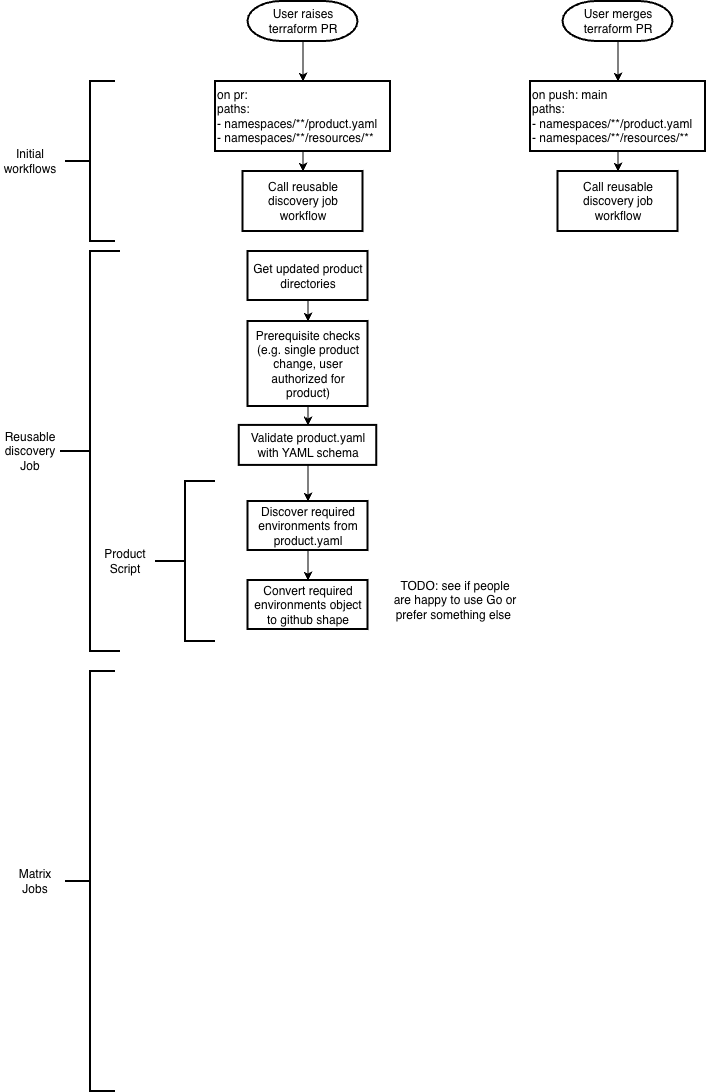
Above: job-matrix.drawio.png in ministryofjustice/container-platform-environments (draw.io), before the change. Source tidied: cells renumbered, new cells last; positions are measured from the earlier drawing's top-left corner, leaving out a move shared by most shapes.
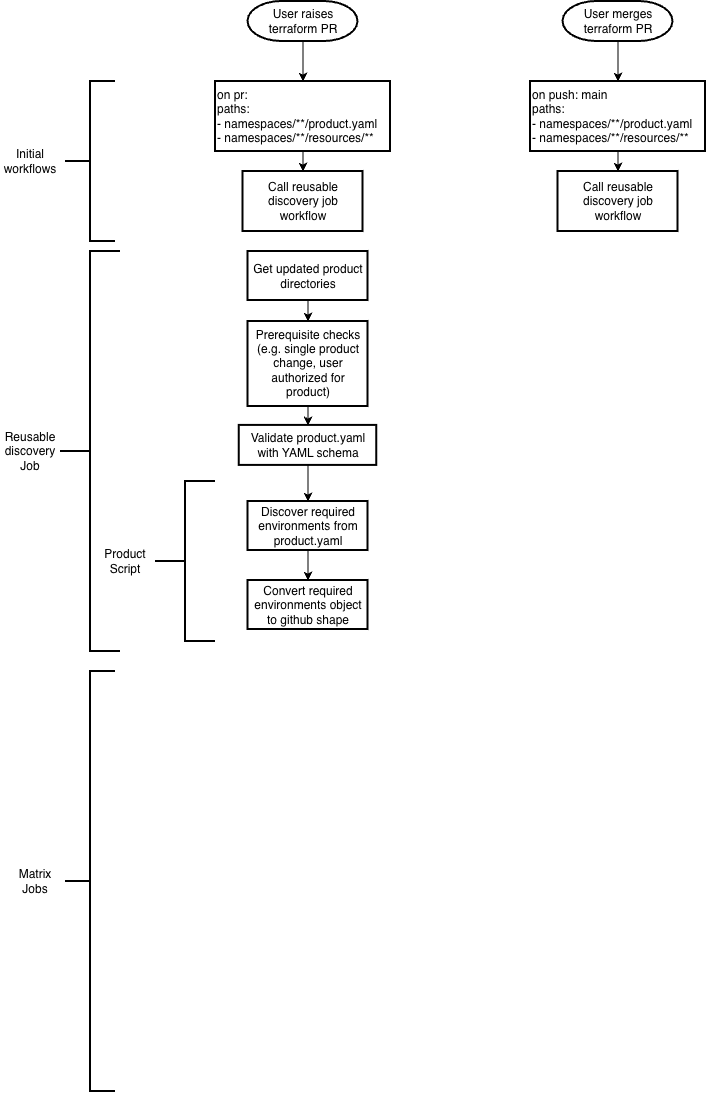
After the commit.

Diff of the diagram source:
```diff
@@ -89,8 +89,5 @@
     <mxCell id="30" value="Prerequisite checks (e.g. single product change, user authorized for product)" style="whiteSpace=wrap;html=1;strokeWidth=2;" parent="1" vertex="1">
       <mxGeometry x="247.5" y="320" width="120" height="85" as="geometry" />
     </mxCell>
-    <mxCell id="31" value="TODO: see if people are happy to use Go or prefer something else&amp;nbsp;" style="text;html=1;whiteSpace=wrap;strokeColor=none;fillColor=none;align=center;verticalAlign=middle;rounded=0;" parent="1" vertex="1">
-      <mxGeometry x="390" y="574" width="130" height="49" as="geometry" />
-    </mxCell>
   </root>
 </mxGraphModel>
```
